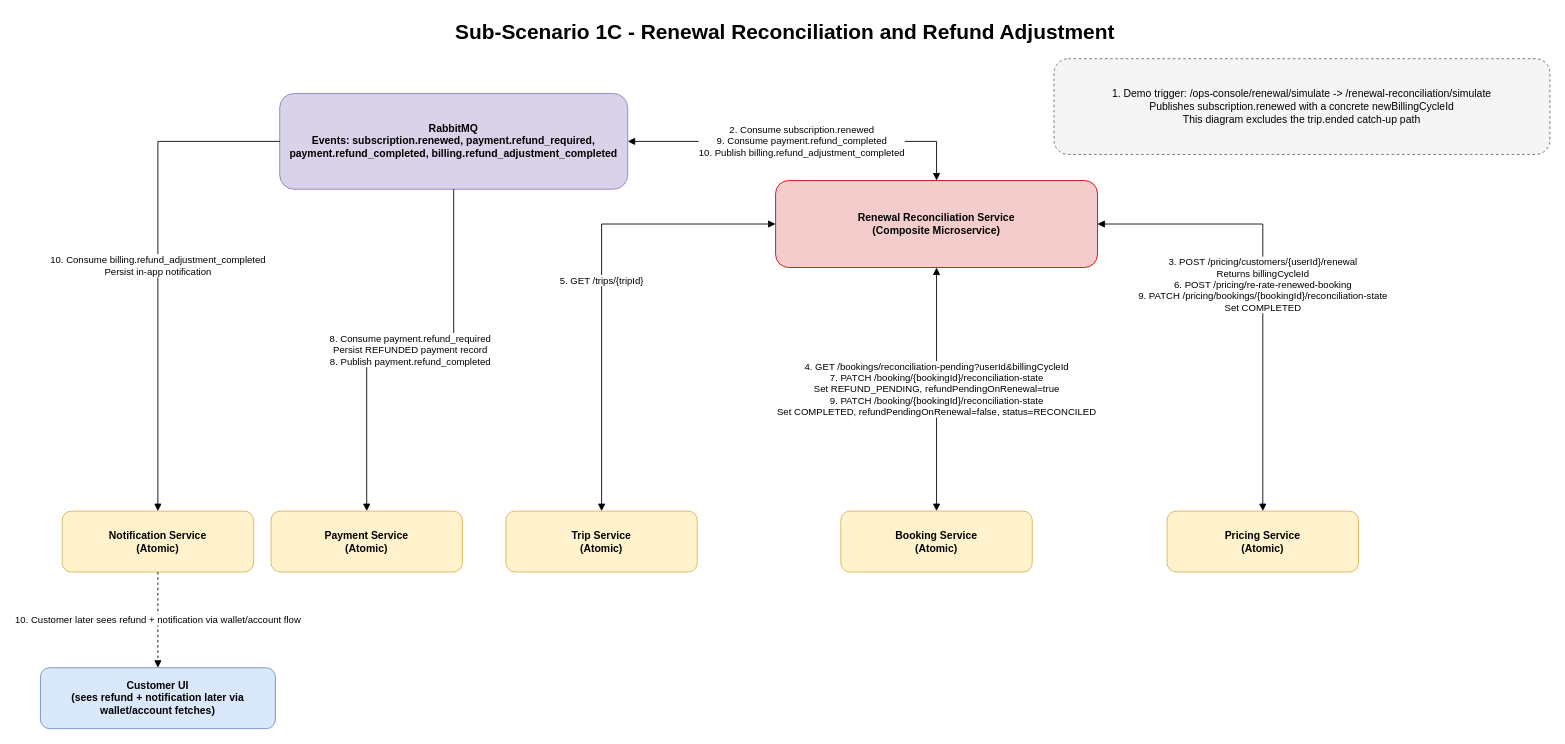
The draw.io diagram docs/report/us1c-Renewal-Reconciliation.drawio in srikartejab/fleetshare, before the edit. Source tidied: cells renumbered, new cells numbered last; positions are measured from the earlier drawing's top-left corner, leaving out a move shared by most shapes. Both pictures are drawn from the tidied source at 87%, with x=0, y=0 at pixel (40, 15).
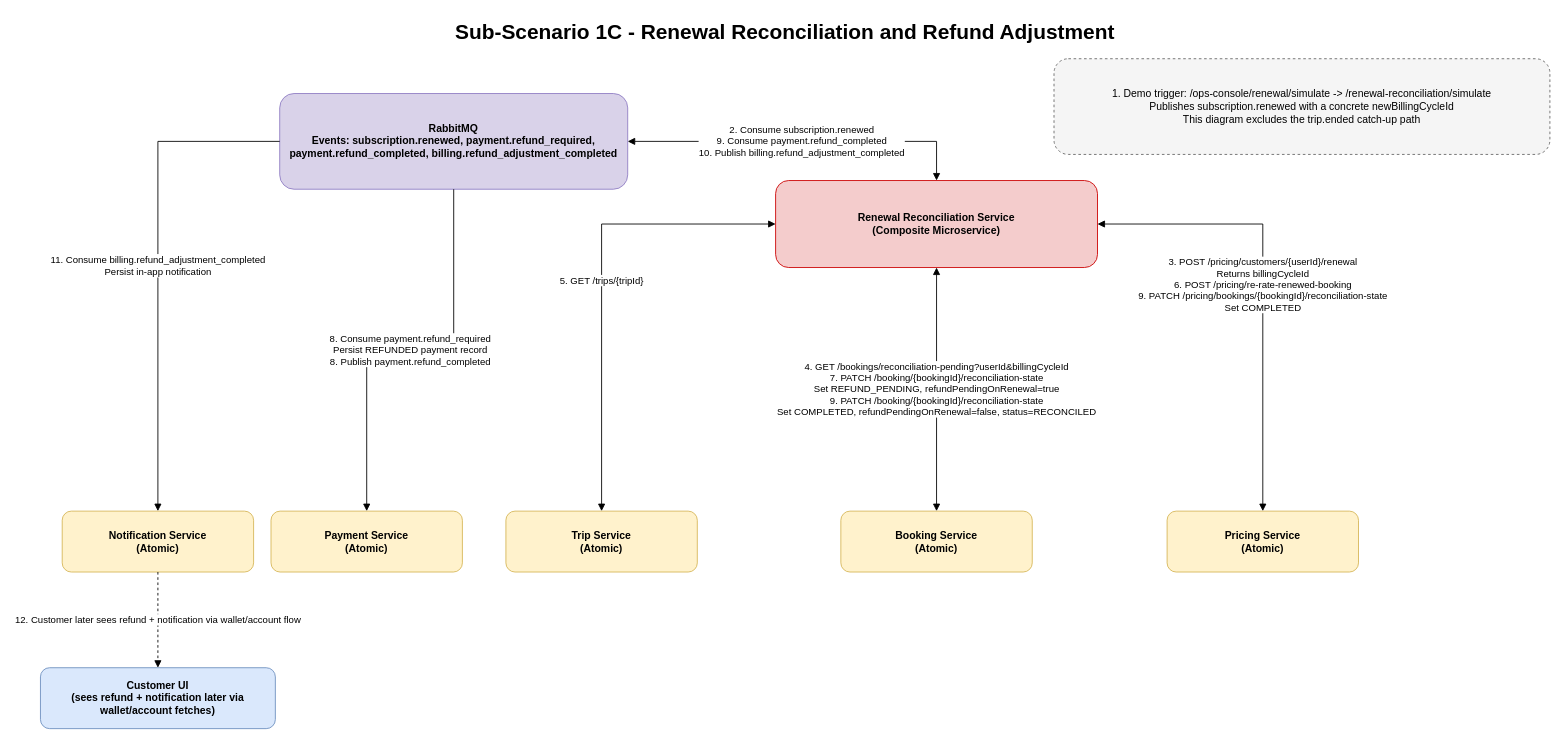
Above is the later version.

The edit, as a diff of the source:
```diff
@@
 <mxGraphModel>
   <root>
     <mxCell id="0" />
     <mxCell id="1" parent="0" />
     <mxCell id="2" value="Sub-Scenario 1C - Renewal Reconciliation and Refund Adjustment" style="text;html=1;strokeColor=none;fillColor=none;align=left;verticalAlign=middle;fontSize=24;fontStyle=1;" parent="1" vertex="1">
       <mxGeometry x="475" width="830" height="40" as="geometry" />
     </mxCell>
     <mxCell id="3" value="RabbitMQ&#10;Events: subscription.renewed, payment.refund_required,&#10;payment.refund_completed, billing.refund_adjustment_completed" style="rounded=1;whiteSpace=wrap;html=1;fillColor=#d9d2e9;strokeColor=#8e7cc3;fontStyle=1;" parent="1" vertex="1">
       <mxGeometry x="275" y="90" width="400" height="110" as="geometry" />
     </mxCell>
     <mxCell id="4" value="Renewal Reconciliation Service&#10;(Composite Microservice)" style="rounded=1;whiteSpace=wrap;html=1;fillColor=#f4cccc;strokeColor=#cc0000;fontStyle=1;" parent="1" vertex="1">
       <mxGeometry x="845" y="190" width="370" height="100" as="geometry" />
     </mxCell>
     <mxCell id="5" value="Booking Service&#10;(Atomic)" style="rounded=1;whiteSpace=wrap;html=1;fillColor=#fff2cc;strokeColor=#d6b656;fontStyle=1;" parent="1" vertex="1">
       <mxGeometry x="920" y="570" width="220" height="70" as="geometry" />
     </mxCell>
     <mxCell id="6" value="Trip Service&#10;(Atomic)" style="rounded=1;whiteSpace=wrap;html=1;fillColor=#fff2cc;strokeColor=#d6b656;fontStyle=1;" parent="1" vertex="1">
       <mxGeometry x="535" y="570" width="220" height="70" as="geometry" />
     </mxCell>
     <mxCell id="7" value="Pricing Service&#10;(Atomic)" style="rounded=1;whiteSpace=wrap;html=1;fillColor=#fff2cc;strokeColor=#d6b656;fontStyle=1;" parent="1" vertex="1">
       <mxGeometry x="1295" y="570" width="220" height="70" as="geometry" />
     </mxCell>
     <mxCell id="8" value="Payment Service&#10;(Atomic)" style="rounded=1;whiteSpace=wrap;html=1;fillColor=#fff2cc;strokeColor=#d6b656;fontStyle=1;" parent="1" vertex="1">
       <mxGeometry x="265" y="570" width="220" height="70" as="geometry" />
     </mxCell>
     <mxCell id="9" value="Notification Service&#10;(Atomic)" style="rounded=1;whiteSpace=wrap;html=1;fillColor=#fff2cc;strokeColor=#d6b656;fontStyle=1;" parent="1" vertex="1">
       <mxGeometry x="25" y="570" width="220" height="70" as="geometry" />
     </mxCell>
     <mxCell id="10" value="Customer UI&#10;(sees refund + notification later via wallet/account fetches)" style="rounded=1;whiteSpace=wrap;html=1;fillColor=#dae8fc;strokeColor=#6c8ebf;fontStyle=1;" parent="1" vertex="1">
       <mxGeometry y="750" width="270" height="70" as="geometry" />
     </mxCell>
     <mxCell id="11" value="1. Demo trigger: /ops-console/renewal/simulate -&gt; /renewal-reconciliation/simulate&#10;Publishes subscription.renewed with a concrete newBillingCycleId&#10;This diagram excludes the trip.ended catch-up path" style="rounded=1;whiteSpace=wrap;html=1;fillColor=#f5f5f5;strokeColor=#666666;dashed=1;" parent="1" vertex="1">
       <mxGeometry x="1165" y="50" width="570" height="110" as="geometry" />
     </mxCell>
     <mxCell id="12" value="2. Consume subscription.renewed&#10;9. Consume payment.refund_completed&#10;10. Publish billing.refund_adjustment_completed" style="edgeStyle=orthogonalEdgeStyle;rounded=0;jettySize=auto;html=1;startArrow=block;endArrow=block;entryX=0.5;entryY=0;entryDx=0;entryDy=0;" parent="1" edge="1" source="3" target="4">
       <mxGeometry relative="1" as="geometry" />
     </mxCell>
     <mxCell id="13" value="4. GET /bookings/reconciliation-pending?userId&amp;billingCycleId&#10;7. PATCH /booking/{bookingId}/reconciliation-state&#10;Set REFUND_PENDING, refundPendingOnRenewal=true&#10;9. PATCH /booking/{bookingId}/reconciliation-state&#10;Set COMPLETED, refundPendingOnRenewal=false, status=RECONCILED" style="edgeStyle=orthogonalEdgeStyle;rounded=0;jettySize=auto;html=1;startArrow=block;endArrow=block;" parent="1" edge="1" source="4" target="5">
       <mxGeometry relative="1" as="geometry" />
     </mxCell>
     <mxCell id="14" value="5. GET /trips/{tripId}" style="edgeStyle=orthogonalEdgeStyle;rounded=0;jettySize=auto;html=1;startArrow=block;endArrow=block;" parent="1" edge="1" source="4" target="6">
       <mxGeometry relative="1" as="geometry" />
     </mxCell>
     <mxCell id="15" value="3. POST /pricing/customers/{userId}/renewal&#10;Returns billingCycleId&#10;6. POST /pricing/re-rate-renewed-booking&#10;9. PATCH /pricing/bookings/{bookingId}/reconciliation-state&#10;Set COMPLETED" style="edgeStyle=orthogonalEdgeStyle;rounded=0;jettySize=auto;html=1;startArrow=block;endArrow=block;" parent="1" edge="1" source="4" target="7">
       <mxGeometry relative="1" as="geometry" />
     </mxCell>
     <mxCell id="16" value="8. Consume payment.refund_required&#10;Persist REFUNDED payment record&#10;8. Publish payment.refund_completed" style="edgeStyle=orthogonalEdgeStyle;rounded=0;jettySize=auto;html=1;endArrow=block;" parent="1" edge="1" source="3" target="8">
       <mxGeometry relative="1" as="geometry" />
     </mxCell>
-    <mxCell id="17" value="10. Consume billing.refund_adjustment_completed&#10;Persist in-app notification" style="edgeStyle=orthogonalEdgeStyle;rounded=0;jettySize=auto;html=1;endArrow=block;" parent="1" edge="1" source="3" target="9">
+    <mxCell id="17" value="11. Consume billing.refund_adjustment_completed&lt;br&gt;Persist in-app notification" style="edgeStyle=orthogonalEdgeStyle;rounded=0;jettySize=auto;html=1;endArrow=block;" parent="1" edge="1" source="3" target="9">
       <mxGeometry relative="1" as="geometry" />
     </mxCell>
-    <mxCell id="18" value="10. Customer later sees refund + notification via wallet/account flow" style="edgeStyle=orthogonalEdgeStyle;rounded=0;jettySize=auto;html=1;endArrow=block;dashed=1;" parent="1" edge="1" source="9" target="10">
+    <mxCell id="18" value="12. Customer later sees refund + notification via wallet/account flow" style="edgeStyle=orthogonalEdgeStyle;rounded=0;jettySize=auto;html=1;endArrow=block;dashed=1;" parent="1" edge="1" source="9" target="10">
       <mxGeometry relative="1" as="geometry" />
     </mxCell>
   </root>
 </mxGraphModel>
```
